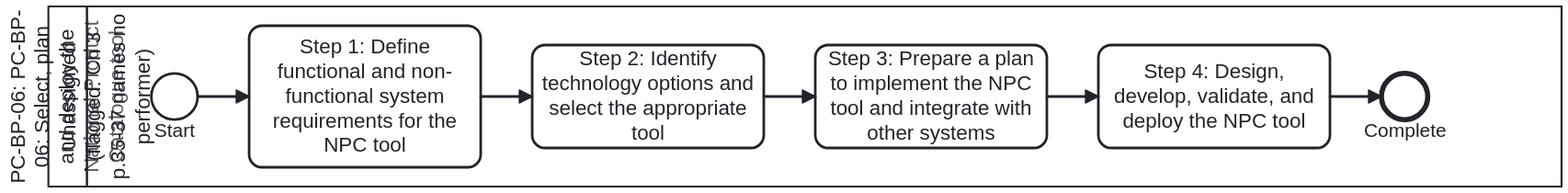
Before: folio/dth-pc/media/bp-pc-bp-06.svg, a diagram exported from BPMN (litlfred/dth-pc). Its source is kept beside it as folio/dth-pc/ch03-technology/bp-pc-bp-06.bpmn. Ids are renumbered. Source of this version:
```xml
<bpmn:definitions xmlns:bpmn="http://www.omg.org/spec/BPMN/20100524/MODEL"
                  xmlns:bpmndi="http://www.omg.org/spec/BPMN/20100524/DI"
                  xmlns:dc="http://www.omg.org/spec/DD/20100524/DC"
                  xmlns:di="http://www.omg.org/spec/DD/20100524/DI"
                  id="Definitions_PC_BP_06"
                  targetNamespace="https://litlfred.github.io/dth-pc/bpmn">
  <bpmn:collaboration id="Collaboration_PC_BP_06">
    <bpmn:participant id="Participant_PC_BP_06" name="PC-BP-06: PC-BP-06: Select, plan and deploy the National Product Catalogue tool" processRef="Process_PC_BP_06" />
  </bpmn:collaboration>
  <bpmn:process id="Process_PC_BP_06" name="PC-BP-06: Select, plan and deploy the National Product Catalogue tool" isExecutable="false">
    <bpmn:documentation>PC-BP-06: PC-BP-06: Select, plan and deploy the National Product Catalogue tool (Source: who-iris/library/9789240116191-eng, page-035, page-036, page-037). FLAGGED FOR OWNER: Chapter 3 (pages 35-37) names no performer for Steps 1-4; all tasks are placed in an explicit unassigned lane per workplan §2e.</bpmn:documentation>
    <bpmn:laneSet id="LaneSet_PC_BP_06">
      <bpmn:lane id="Lane_1" name="Unassigned (flagged: Ch 3 p.35-37 names no performer)">
        <bpmn:documentation>FLAGGED FOR OWNER: Chapter 3 states the 4 technology steps in the passive/imperative voice without naming performing roles. (Introduction p.18 lists illustrative target users, and Annex 2 p.57-61 lists typical implementation roles PC-R-10..19.)</bpmn:documentation>
        <bpmn:flowNodeRef>StartEvent_1</bpmn:flowNodeRef>
        <bpmn:flowNodeRef>Task_1</bpmn:flowNodeRef>
        <bpmn:flowNodeRef>Task_2</bpmn:flowNodeRef>
        <bpmn:flowNodeRef>Task_3</bpmn:flowNodeRef>
        <bpmn:flowNodeRef>Task_4</bpmn:flowNodeRef>
        <bpmn:flowNodeRef>EndEvent_1</bpmn:flowNodeRef>
      </bpmn:lane>
    </bpmn:laneSet>
    <bpmn:startEvent id="StartEvent_1" name="Start">
      <bpmn:outgoing>Flow_0</bpmn:outgoing>
    </bpmn:startEvent>
    <bpmn:task id="Task_1" name="Step 1: Define functional and non-functional system requirements for the NPC tool">
      <bpmn:documentation>Ch 3 Step 1 (p.35): Define functional and non-functional requirements considering coding schemes, data structures, master data management procedures, and data sharing policies; review with stakeholders and facilitate approval.</bpmn:documentation>
      <bpmn:incoming>Flow_0</bpmn:incoming>
      <bpmn:outgoing>Flow_1</bpmn:outgoing>
    </bpmn:task>
    <bpmn:task id="Task_2" name="Step 2: Identify technology options and select the appropriate tool">
      <bpmn:documentation>Ch 3 Step 2 (p.36): Conduct market research (RFI), assess existing tools and open-source options (such as PCMT or WHO-hosted PCMT), and conduct RFQ/RFP if necessary to select the NPC tool.</bpmn:documentation>
      <bpmn:incoming>Flow_1</bpmn:incoming>
      <bpmn:outgoing>Flow_2</bpmn:outgoing>
    </bpmn:task>
    <bpmn:task id="Task_3" name="Step 3: Prepare a plan to implement the NPC tool and integrate with other systems">
      <bpmn:documentation>Ch 3 Step 3 (p.36): Develop a detailed NPC implementation project plan to design, configure, deploy, and integrate the chosen tool; review with stakeholders and initiate the project.</bpmn:documentation>
      <bpmn:incoming>Flow_2</bpmn:incoming>
      <bpmn:outgoing>Flow_3</bpmn:outgoing>
    </bpmn:task>
    <bpmn:task id="Task_4" name="Step 4: Design, develop, validate, and deploy the NPC tool">
      <bpmn:documentation>Ch 3 Step 4 (p.37): Design configurations, build integrations, perform system/integration/performance testing and UAT, set up infrastructure, load available Product Master Data, and deploy the NPC tool.</bpmn:documentation>
      <bpmn:incoming>Flow_3</bpmn:incoming>
      <bpmn:outgoing>Flow_4</bpmn:outgoing>
    </bpmn:task>
    <bpmn:endEvent id="EndEvent_1" name="Complete">
      <bpmn:incoming>Flow_4</bpmn:incoming>
    </bpmn:endEvent>
    <bpmn:dataObject id="DataObject_1" name="Approved functional and non-functional system requirements for NPC (Output Step 1, p.35)" />
    <bpmn:dataObjectReference id="DataObjectRef_1" name="Approved functional and non-functional system requirements for NPC (Output Step 1, p.35)" dataObjectRef="DataObject_1" />
    <bpmn:dataObject id="DataObject_2" name="Selection of an appropriate technology tool for NPC (Output Step 2, p.36)" />
    <bpmn:dataObjectReference id="DataObjectRef_2" name="Selection of an appropriate technology tool for NPC (Output Step 2, p.36)" dataObjectRef="DataObject_2" />
    <bpmn:dataObject id="DataObject_3" name="NPC implementation project plan (Output Step 3, p.36)" />
    <bpmn:dataObjectReference id="DataObjectRef_3" name="NPC implementation project plan (Output Step 3, p.36)" dataObjectRef="DataObject_3" />
    <bpmn:dataObject id="DataObject_4" name="NPC system design specifications, validation report, and deployed NPC tool (Output Step 4, p.37)" />
    <bpmn:dataObjectReference id="DataObjectRef_4" name="NPC system design specifications, validation report, and deployed NPC tool (Output Step 4, p.37)" dataObjectRef="DataObject_4" />
    <bpmn:sequenceFlow id="Flow_0" sourceRef="StartEvent_1" targetRef="Task_1" />
    <bpmn:sequenceFlow id="Flow_1" sourceRef="Task_1" targetRef="Task_2" />
    <bpmn:sequenceFlow id="Flow_2" sourceRef="Task_2" targetRef="Task_3" />
    <bpmn:sequenceFlow id="Flow_3" sourceRef="Task_3" targetRef="Task_4" />
    <bpmn:sequenceFlow id="Flow_4" sourceRef="Task_4" targetRef="EndEvent_1" />
  </bpmn:process>
  <bpmndi:BPMNDiagram id="BPMNDiagram_PC_BP_06">
    <bpmndi:BPMNPlane id="BPMNPlane_PC_BP_06" bpmnElement="Collaboration_PC_BP_06">
      <bpmndi:BPMNShape id="Participant_PC_BP_06_di" bpmnElement="Participant_PC_BP_06" isHorizontal="true">
        <dc:Bounds x="100" y="60" width="1176" height="140" />
      </bpmndi:BPMNShape>
      <bpmndi:BPMNShape id="Lane_1_di" bpmnElement="Lane_1" isHorizontal="true">
        <dc:Bounds x="130" y="60" width="1146" height="140" />
      </bpmndi:BPMNShape>
      <bpmndi:BPMNShape id="StartEvent_1_di" bpmnElement="StartEvent_1">
        <dc:Bounds x="180" y="112" width="36" height="36" />
      </bpmndi:BPMNShape>
      <bpmndi:BPMNShape id="Task_1_di" bpmnElement="Task_1">
        <dc:Bounds x="256" y="75" width="180" height="110" />
      </bpmndi:BPMNShape>
      <bpmndi:BPMNShape id="Task_2_di" bpmnElement="Task_2">
        <dc:Bounds x="476" y="90" width="180" height="80" />
      </bpmndi:BPMNShape>
      <bpmndi:BPMNShape id="Task_3_di" bpmnElement="Task_3">
        <dc:Bounds x="696" y="90" width="180" height="80" />
      </bpmndi:BPMNShape>
      <bpmndi:BPMNShape id="Task_4_di" bpmnElement="Task_4">
        <dc:Bounds x="916" y="90" width="180" height="80" />
      </bpmndi:BPMNShape>
      <bpmndi:BPMNShape id="EndEvent_1_di" bpmnElement="EndEvent_1">
        <dc:Bounds x="1136" y="112" width="36" height="36" />
      </bpmndi:BPMNShape>
      <bpmndi:BPMNEdge id="Flow_0_di" bpmnElement="Flow_0">
        <di:waypoint x="216" y="130" />
        <di:waypoint x="256" y="130" />
      </bpmndi:BPMNEdge>
      <bpmndi:BPMNEdge id="Flow_1_di" bpmnElement="Flow_1">
        <di:waypoint x="436" y="130" />
        <di:waypoint x="476" y="130" />
      </bpmndi:BPMNEdge>
      <bpmndi:BPMNEdge id="Flow_2_di" bpmnElement="Flow_2">
        <di:waypoint x="656" y="130" />
        <di:waypoint x="696" y="130" />
      </bpmndi:BPMNEdge>
      <bpmndi:BPMNEdge id="Flow_3_di" bpmnElement="Flow_3">
        <di:waypoint x="876" y="130" />
        <di:waypoint x="916" y="130" />
      </bpmndi:BPMNEdge>
      <bpmndi:BPMNEdge id="Flow_4_di" bpmnElement="Flow_4">
        <di:waypoint x="1096" y="130" />
        <di:waypoint x="1136" y="130" />
      </bpmndi:BPMNEdge>
    </bpmndi:BPMNPlane>
  </bpmndi:BPMNDiagram>
</bpmn:definitions>
```
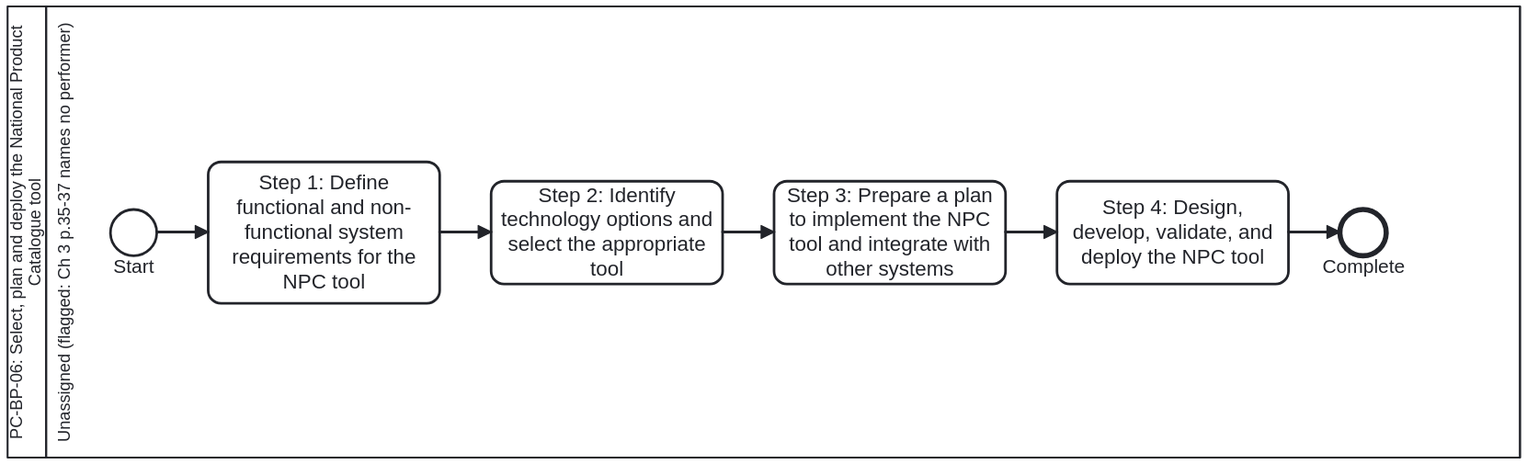
The same diagram one commit later.

The edit, as a diff of the source:
```diff
@@ -5,7 +5,7 @@
                   id="Definitions_PC_BP_06"
                   targetNamespace="https://litlfred.github.io/dth-pc/bpmn">
   <bpmn:collaboration id="Collaboration_PC_BP_06">
-    <bpmn:participant id="Participant_PC_BP_06" name="PC-BP-06: PC-BP-06: Select, plan and deploy the National Product Catalogue tool" processRef="Process_PC_BP_06" />
+    <bpmn:participant id="Participant_PC_BP_06" name="PC-BP-06: Select, plan and deploy the National Product Catalogue tool" processRef="Process_PC_BP_06" />
   </bpmn:collaboration>
   <bpmn:process id="Process_PC_BP_06" name="PC-BP-06: Select, plan and deploy the National Product Catalogue tool" isExecutable="false">
     <bpmn:documentation>PC-BP-06: PC-BP-06: Select, plan and deploy the National Product Catalogue tool (Source: who-iris/library/9789240116191-eng, page-035, page-036, page-037). FLAGGED FOR OWNER: Chapter 3 (pages 35-37) names no performer for Steps 1-4; all tasks are placed in an explicit unassigned lane per workplan §2e.</bpmn:documentation>
@@ -63,48 +63,48 @@
   <bpmndi:BPMNDiagram id="BPMNDiagram_PC_BP_06">
     <bpmndi:BPMNPlane id="BPMNPlane_PC_BP_06" bpmnElement="Collaboration_PC_BP_06">
       <bpmndi:BPMNShape id="Participant_PC_BP_06_di" bpmnElement="Participant_PC_BP_06" isHorizontal="true">
-        <dc:Bounds x="100" y="60" width="1176" height="140" />
+        <dc:Bounds x="100" y="60" width="1176" height="351" />
       </bpmndi:BPMNShape>
       <bpmndi:BPMNShape id="Lane_1_di" bpmnElement="Lane_1" isHorizontal="true">
-        <dc:Bounds x="130" y="60" width="1146" height="140" />
+        <dc:Bounds x="130" y="60" width="1146" height="351" />
       </bpmndi:BPMNShape>
       <bpmndi:BPMNShape id="StartEvent_1_di" bpmnElement="StartEvent_1">
-        <dc:Bounds x="180" y="112" width="36" height="36" />
+        <dc:Bounds x="180" y="217.5" width="36" height="36" />
       </bpmndi:BPMNShape>
       <bpmndi:BPMNShape id="Task_1_di" bpmnElement="Task_1">
-        <dc:Bounds x="256" y="75" width="180" height="110" />
+        <dc:Bounds x="256" y="180.5" width="180" height="110" />
       </bpmndi:BPMNShape>
       <bpmndi:BPMNShape id="Task_2_di" bpmnElement="Task_2">
-        <dc:Bounds x="476" y="90" width="180" height="80" />
+        <dc:Bounds x="476" y="195.5" width="180" height="80" />
       </bpmndi:BPMNShape>
       <bpmndi:BPMNShape id="Task_3_di" bpmnElement="Task_3">
-        <dc:Bounds x="696" y="90" width="180" height="80" />
+        <dc:Bounds x="696" y="195.5" width="180" height="80" />
       </bpmndi:BPMNShape>
       <bpmndi:BPMNShape id="Task_4_di" bpmnElement="Task_4">
-        <dc:Bounds x="916" y="90" width="180" height="80" />
+        <dc:Bounds x="916" y="195.5" width="180" height="80" />
       </bpmndi:BPMNShape>
       <bpmndi:BPMNShape id="EndEvent_1_di" bpmnElement="EndEvent_1">
-        <dc:Bounds x="1136" y="112" width="36" height="36" />
+        <dc:Bounds x="1136" y="217.5" width="36" height="36" />
       </bpmndi:BPMNShape>
       <bpmndi:BPMNEdge id="Flow_0_di" bpmnElement="Flow_0">
-        <di:waypoint x="216" y="130" />
-        <di:waypoint x="256" y="130" />
+        <di:waypoint x="216" y="235.5" />
+        <di:waypoint x="256" y="235.5" />
       </bpmndi:BPMNEdge>
       <bpmndi:BPMNEdge id="Flow_1_di" bpmnElement="Flow_1">
-        <di:waypoint x="436" y="130" />
-        <di:waypoint x="476" y="130" />
+        <di:waypoint x="436" y="235.5" />
+        <di:waypoint x="476" y="235.5" />
       </bpmndi:BPMNEdge>
       <bpmndi:BPMNEdge id="Flow_2_di" bpmnElement="Flow_2">
-        <di:waypoint x="656" y="130" />
-        <di:waypoint x="696" y="130" />
+        <di:waypoint x="656" y="235.5" />
+        <di:waypoint x="696" y="235.5" />
       </bpmndi:BPMNEdge>
       <bpmndi:BPMNEdge id="Flow_3_di" bpmnElement="Flow_3">
-        <di:waypoint x="876" y="130" />
-        <di:waypoint x="916" y="130" />
+        <di:waypoint x="876" y="235.5" />
+        <di:waypoint x="916" y="235.5" />
       </bpmndi:BPMNEdge>
       <bpmndi:BPMNEdge id="Flow_4_di" bpmnElement="Flow_4">
-        <di:waypoint x="1096" y="130" />
-        <di:waypoint x="1136" y="130" />
+        <di:waypoint x="1096" y="235.5" />
+        <di:waypoint x="1136" y="235.5" />
       </bpmndi:BPMNEdge>
     </bpmndi:BPMNPlane>
   </bpmndi:BPMNDiagram>
```
